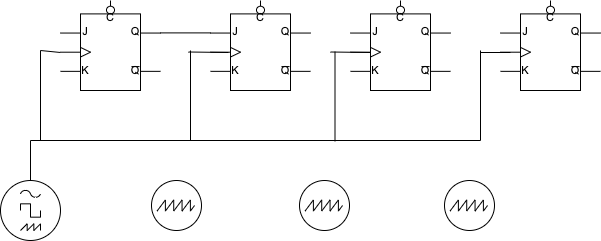
Above: digital_counter.drawio.png in H-haruki-20/FlowChart (draw.io), before the change. Source tidied: cells renumbered, new cells last; positions are measured from the earlier drawing's top-left corner, leaving out a move shared by most shapes. Its diagram source:
```xml
<mxGraphModel>
  <root>
    <mxCell id="0" />
    <mxCell id="1" parent="0" />
    <mxCell id="2" style="edgeStyle=orthogonalEdgeStyle;rounded=0;jettySize=auto;html=1;exitX=1;exitY=0.36;exitDx=0;exitDy=0;exitPerimeter=0;entryX=0;entryY=0.36;entryDx=0;entryDy=0;entryPerimeter=0;endArrow=none;endFill=0;" parent="1" edge="1" source="3" target="4">
      <mxGeometry relative="1" as="geometry" />
    </mxCell>
    <mxCell id="3" style="verticalLabelPosition=bottom;shadow=0;dashed=0;align=center;html=1;verticalAlign=top;shape=mxgraph.electrical.logic_gates.jk_flip-flop_with_clear_2;" parent="1" vertex="1">
      <mxGeometry x="60" width="100" height="90" as="geometry" />
    </mxCell>
    <mxCell id="4" style="verticalLabelPosition=bottom;shadow=0;dashed=0;align=center;html=1;verticalAlign=top;shape=mxgraph.electrical.logic_gates.jk_flip-flop_with_clear_2;" parent="1" vertex="1">
      <mxGeometry x="210" width="100" height="90" as="geometry" />
    </mxCell>
    <mxCell id="5" style="verticalLabelPosition=bottom;shadow=0;dashed=0;align=center;html=1;verticalAlign=top;shape=mxgraph.electrical.logic_gates.jk_flip-flop_with_clear_2;" parent="1" vertex="1">
      <mxGeometry x="500" width="100" height="90" as="geometry" />
    </mxCell>
    <mxCell id="6" style="verticalLabelPosition=bottom;shadow=0;dashed=0;align=center;html=1;verticalAlign=top;shape=mxgraph.electrical.logic_gates.jk_flip-flop_with_clear_2;" parent="1" vertex="1">
      <mxGeometry x="350" width="100" height="90" as="geometry" />
    </mxCell>
    <mxCell id="7" style="perimeter=ellipsePerimeter;verticalLabelPosition=bottom;shadow=0;dashed=0;align=center;html=1;verticalAlign=top;shape=mxgraph.electrical.instruments.oscilloscope;" parent="1" vertex="1">
      <mxGeometry x="151" y="180" width="50" height="50" as="geometry" />
    </mxCell>
    <mxCell id="8" style="perimeter=ellipsePerimeter;verticalLabelPosition=bottom;shadow=0;dashed=0;align=center;html=1;verticalAlign=top;shape=mxgraph.electrical.instruments.oscilloscope;" parent="1" vertex="1">
      <mxGeometry x="299" y="180" width="50" height="50" as="geometry" />
    </mxCell>
    <mxCell id="9" style="perimeter=ellipsePerimeter;verticalLabelPosition=bottom;shadow=0;dashed=0;align=center;html=1;verticalAlign=top;shape=mxgraph.electrical.instruments.oscilloscope;" parent="1" vertex="1">
      <mxGeometry x="444" y="180" width="50" height="50" as="geometry" />
    </mxCell>
    <mxCell id="10" style="perimeter=ellipsePerimeter;verticalLabelPosition=bottom;shadow=0;dashed=0;align=center;html=1;verticalAlign=top;shape=mxgraph.electrical.instruments.signal_generator;" parent="1" vertex="1">
      <mxGeometry y="180" width="60" height="60" as="geometry" />
    </mxCell>
    <mxCell id="11" style="endArrow=none;html=1;rounded=0;" parent="1" edge="1">
      <mxGeometry relative="1" as="geometry">
        <mxPoint x="30" y="180" as="sourcePoint" />
        <mxPoint x="30" y="140" as="targetPoint" />
      </mxGeometry>
    </mxCell>
    <mxCell id="12" style="endArrow=none;html=1;rounded=0;" parent="1" edge="1">
      <mxGeometry relative="1" as="geometry">
        <mxPoint x="30" y="140" as="sourcePoint" />
        <mxPoint x="480" y="140" as="targetPoint" />
      </mxGeometry>
    </mxCell>
    <mxCell id="13" style="endArrow=none;html=1;rounded=0;" parent="1" edge="1">
      <mxGeometry relative="1" as="geometry">
        <mxPoint x="40" y="140" as="sourcePoint" />
        <mxPoint x="40" y="50" as="targetPoint" />
      </mxGeometry>
    </mxCell>
    <mxCell id="14" style="endArrow=none;html=1;rounded=0;" parent="1" edge="1">
      <mxGeometry relative="1" as="geometry">
        <mxPoint x="40" y="50" as="sourcePoint" />
        <mxPoint x="60" y="52" as="targetPoint" />
      </mxGeometry>
    </mxCell>
    <mxCell id="15" style="endArrow=none;html=1;rounded=0;" parent="1" edge="1">
      <mxGeometry relative="1" as="geometry">
        <mxPoint x="190" y="140" as="sourcePoint" />
        <mxPoint x="190" y="50" as="targetPoint" />
      </mxGeometry>
    </mxCell>
    <mxCell id="16" style="endArrow=none;html=1;rounded=0;" parent="1" edge="1">
      <mxGeometry relative="1" as="geometry">
        <mxPoint x="188" y="51.5" as="sourcePoint" />
        <mxPoint x="228" y="52" as="targetPoint" />
      </mxGeometry>
    </mxCell>
    <mxCell id="17" style="endArrow=none;html=1;rounded=0;" parent="1" edge="1">
      <mxGeometry relative="1" as="geometry">
        <mxPoint x="334.5" y="141" as="sourcePoint" />
        <mxPoint x="334.5" y="51" as="targetPoint" />
      </mxGeometry>
    </mxCell>
    <mxCell id="18" style="endArrow=none;html=1;rounded=0;" parent="1" edge="1">
      <mxGeometry relative="1" as="geometry">
        <mxPoint x="330" y="51.5" as="sourcePoint" />
        <mxPoint x="370" y="52" as="targetPoint" />
      </mxGeometry>
    </mxCell>
    <mxCell id="19" style="endArrow=none;html=1;rounded=0;" parent="1" edge="1">
      <mxGeometry relative="1" as="geometry">
        <mxPoint x="480" y="140" as="sourcePoint" />
        <mxPoint x="480" y="50" as="targetPoint" />
      </mxGeometry>
    </mxCell>
    <mxCell id="20" style="endArrow=none;html=1;rounded=0;" parent="1" edge="1">
      <mxGeometry relative="1" as="geometry">
        <mxPoint x="480" y="52" as="sourcePoint" />
        <mxPoint x="510" y="52" as="targetPoint" />
      </mxGeometry>
    </mxCell>
  </root>
</mxGraphModel>
```
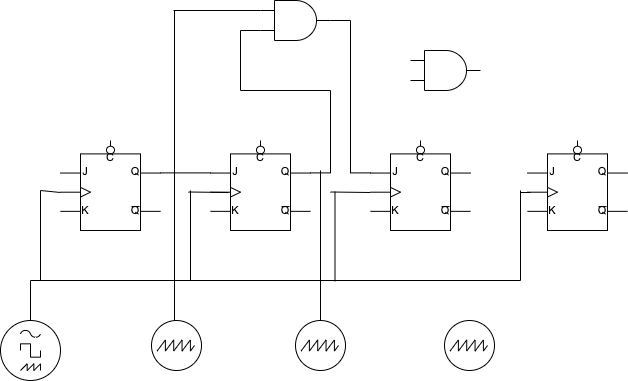
After the commit.

Diff of the diagram source:
```diff
@@ -8,20 +8,23 @@
     <mxCell id="3" style="verticalLabelPosition=bottom;shadow=0;dashed=0;align=center;html=1;verticalAlign=top;shape=mxgraph.electrical.logic_gates.jk_flip-flop_with_clear_2;" parent="1" vertex="1">
       <mxGeometry x="60" width="100" height="90" as="geometry" />
     </mxCell>
+    <mxCell id="21" style="edgeStyle=orthogonalEdgeStyle;rounded=0;jettySize=auto;html=1;exitX=1;exitY=0.36;exitDx=0;exitDy=0;exitPerimeter=0;entryX=0;entryY=0.75;entryDx=0;entryDy=0;entryPerimeter=0;endArrow=none;endFill=0;" parent="1" edge="1" source="4" target="25">
+      <mxGeometry relative="1" as="geometry" />
+    </mxCell>
     <mxCell id="4" style="verticalLabelPosition=bottom;shadow=0;dashed=0;align=center;html=1;verticalAlign=top;shape=mxgraph.electrical.logic_gates.jk_flip-flop_with_clear_2;" parent="1" vertex="1">
       <mxGeometry x="210" width="100" height="90" as="geometry" />
     </mxCell>
     <mxCell id="5" style="verticalLabelPosition=bottom;shadow=0;dashed=0;align=center;html=1;verticalAlign=top;shape=mxgraph.electrical.logic_gates.jk_flip-flop_with_clear_2;" parent="1" vertex="1">
-      <mxGeometry x="500" width="100" height="90" as="geometry" />
+      <mxGeometry x="527" width="100" height="90" as="geometry" />
     </mxCell>
     <mxCell id="6" style="verticalLabelPosition=bottom;shadow=0;dashed=0;align=center;html=1;verticalAlign=top;shape=mxgraph.electrical.logic_gates.jk_flip-flop_with_clear_2;" parent="1" vertex="1">
-      <mxGeometry x="350" width="100" height="90" as="geometry" />
+      <mxGeometry x="370" width="100" height="90" as="geometry" />
     </mxCell>
     <mxCell id="7" style="perimeter=ellipsePerimeter;verticalLabelPosition=bottom;shadow=0;dashed=0;align=center;html=1;verticalAlign=top;shape=mxgraph.electrical.instruments.oscilloscope;" parent="1" vertex="1">
       <mxGeometry x="151" y="180" width="50" height="50" as="geometry" />
     </mxCell>
     <mxCell id="8" style="perimeter=ellipsePerimeter;verticalLabelPosition=bottom;shadow=0;dashed=0;align=center;html=1;verticalAlign=top;shape=mxgraph.electrical.instruments.oscilloscope;" parent="1" vertex="1">
-      <mxGeometry x="299" y="180" width="50" height="50" as="geometry" />
+      <mxGeometry x="295" y="180" width="50" height="50" as="geometry" />
     </mxCell>
     <mxCell id="9" style="perimeter=ellipsePerimeter;verticalLabelPosition=bottom;shadow=0;dashed=0;align=center;html=1;verticalAlign=top;shape=mxgraph.electrical.instruments.oscilloscope;" parent="1" vertex="1">
       <mxGeometry x="444" y="180" width="50" height="50" as="geometry" />
@@ -38,7 +41,7 @@
     <mxCell id="12" style="endArrow=none;html=1;rounded=0;" parent="1" edge="1">
       <mxGeometry relative="1" as="geometry">
         <mxPoint x="30" y="140" as="sourcePoint" />
-        <mxPoint x="480" y="140" as="targetPoint" />
+        <mxPoint x="520" y="140" as="targetPoint" />
       </mxGeometry>
     </mxCell>
     <mxCell id="13" style="endArrow=none;html=1;rounded=0;" parent="1" edge="1">
@@ -79,15 +82,42 @@
     </mxCell>
     <mxCell id="19" style="endArrow=none;html=1;rounded=0;" parent="1" edge="1">
       <mxGeometry relative="1" as="geometry">
-        <mxPoint x="480" y="140" as="sourcePoint" />
-        <mxPoint x="480" y="50" as="targetPoint" />
+        <mxPoint x="520" y="140" as="sourcePoint" />
+        <mxPoint x="520" y="50" as="targetPoint" />
       </mxGeometry>
     </mxCell>
     <mxCell id="20" style="endArrow=none;html=1;rounded=0;" parent="1" edge="1">
       <mxGeometry relative="1" as="geometry">
-        <mxPoint x="480" y="52" as="sourcePoint" />
-        <mxPoint x="510" y="52" as="targetPoint" />
+        <mxPoint x="520" y="52" as="sourcePoint" />
+        <mxPoint x="530" y="52" as="targetPoint" />
       </mxGeometry>
     </mxCell>
+    <mxCell id="22" style="verticalLabelPosition=bottom;shadow=0;dashed=0;align=center;html=1;verticalAlign=top;shape=mxgraph.electrical.logic_gates.logic_gate;operation=and;" parent="1" vertex="1">
+      <mxGeometry x="410" y="-90" width="70" height="40" as="geometry" />
+    </mxCell>
+    <mxCell id="23" style="edgeStyle=orthogonalEdgeStyle;rounded=0;jettySize=auto;html=1;exitX=0;exitY=0.25;exitDx=0;exitDy=0;exitPerimeter=0;endArrow=none;endFill=0;" parent="1" edge="1" source="25">
+      <mxGeometry relative="1" as="geometry">
+        <mxPoint x="173" y="-130" as="targetPoint" />
+      </mxGeometry>
+    </mxCell>
+    <mxCell id="24" style="edgeStyle=orthogonalEdgeStyle;rounded=0;jettySize=auto;html=1;exitX=1;exitY=0.5;exitDx=0;exitDy=0;exitPerimeter=0;endArrow=none;endFill=0;entryX=0;entryY=0.36;entryDx=0;entryDy=0;entryPerimeter=0;" parent="1" edge="1" target="6">
+      <mxGeometry relative="1" as="geometry">
+        <mxPoint x="330" y="-120" as="sourcePoint" />
+      </mxGeometry>
+    </mxCell>
+    <mxCell id="25" style="verticalLabelPosition=bottom;shadow=0;dashed=0;align=center;html=1;verticalAlign=top;shape=mxgraph.electrical.logic_gates.logic_gate;operation=and;" parent="1" vertex="1">
+      <mxGeometry x="260" y="-140" width="70" height="40" as="geometry" />
+    </mxCell>
+    <mxCell id="26" style="endArrow=none;html=1;rounded=0;" parent="1" edge="1">
+      <mxGeometry relative="1" as="geometry">
+        <mxPoint x="174" y="180" as="sourcePoint" />
+        <mxPoint x="174" y="-130" as="targetPoint" />
+      </mxGeometry>
+    </mxCell>
+    <mxCell id="27" style="endArrow=none;html=1;rounded=0;exitX=0.5;exitY=0;exitDx=0;exitDy=0;exitPerimeter=0;" parent="1" edge="1" source="8">
+      <mxGeometry relative="1" as="geometry">
+        <mxPoint x="320" y="30" as="targetPoint" />
+      </mxGeometry>
+    </mxCell>
   </root>
 </mxGraphModel>
```
